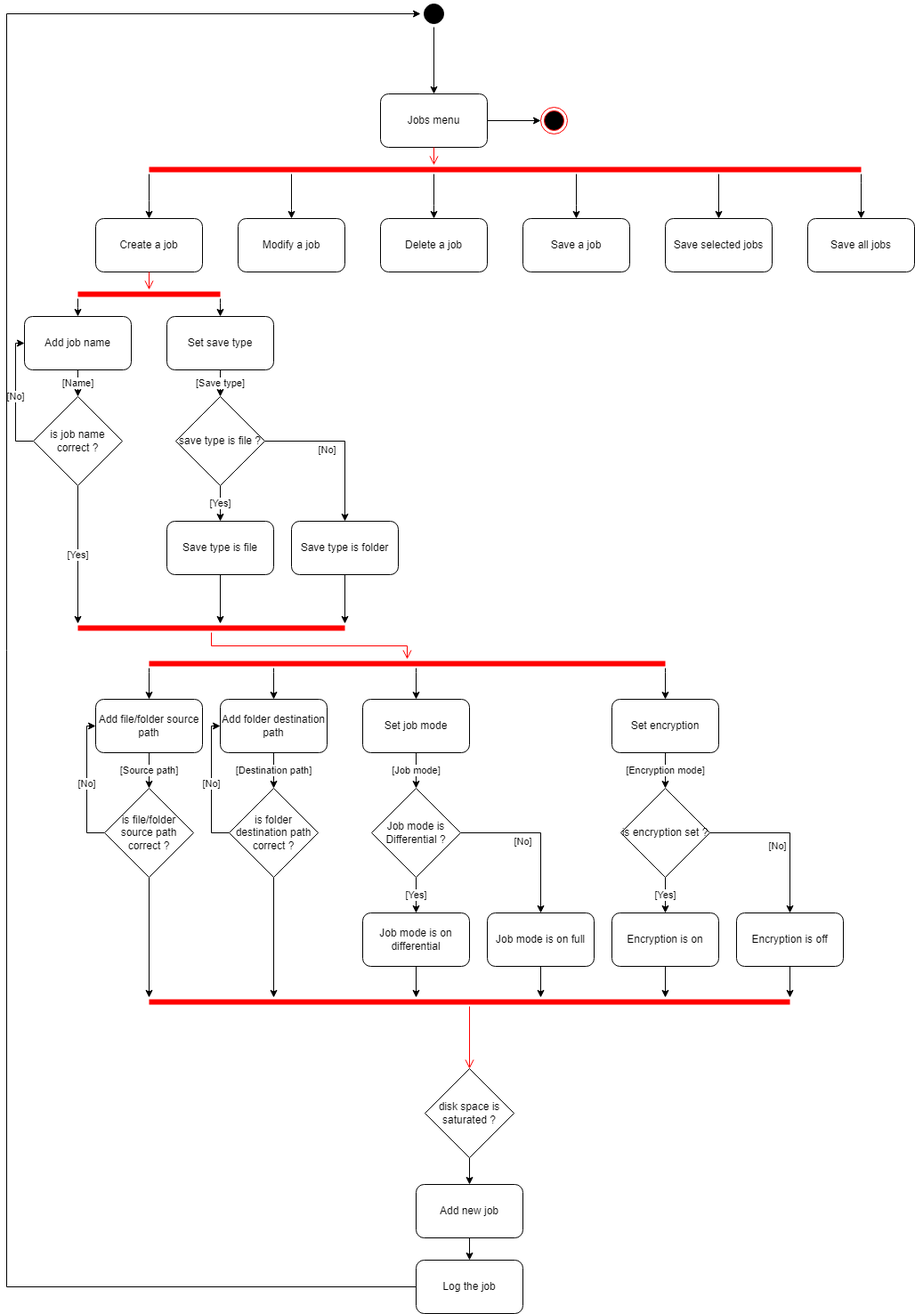
Earlier version of the draw.io export CDC/3.0/activity_diagram_job_create.png (Atineon/easysave_production). Source tidied: cells renumbered, new cells last; positions are measured from the earlier drawing's top-left corner, leaving out a move shared by most shapes.
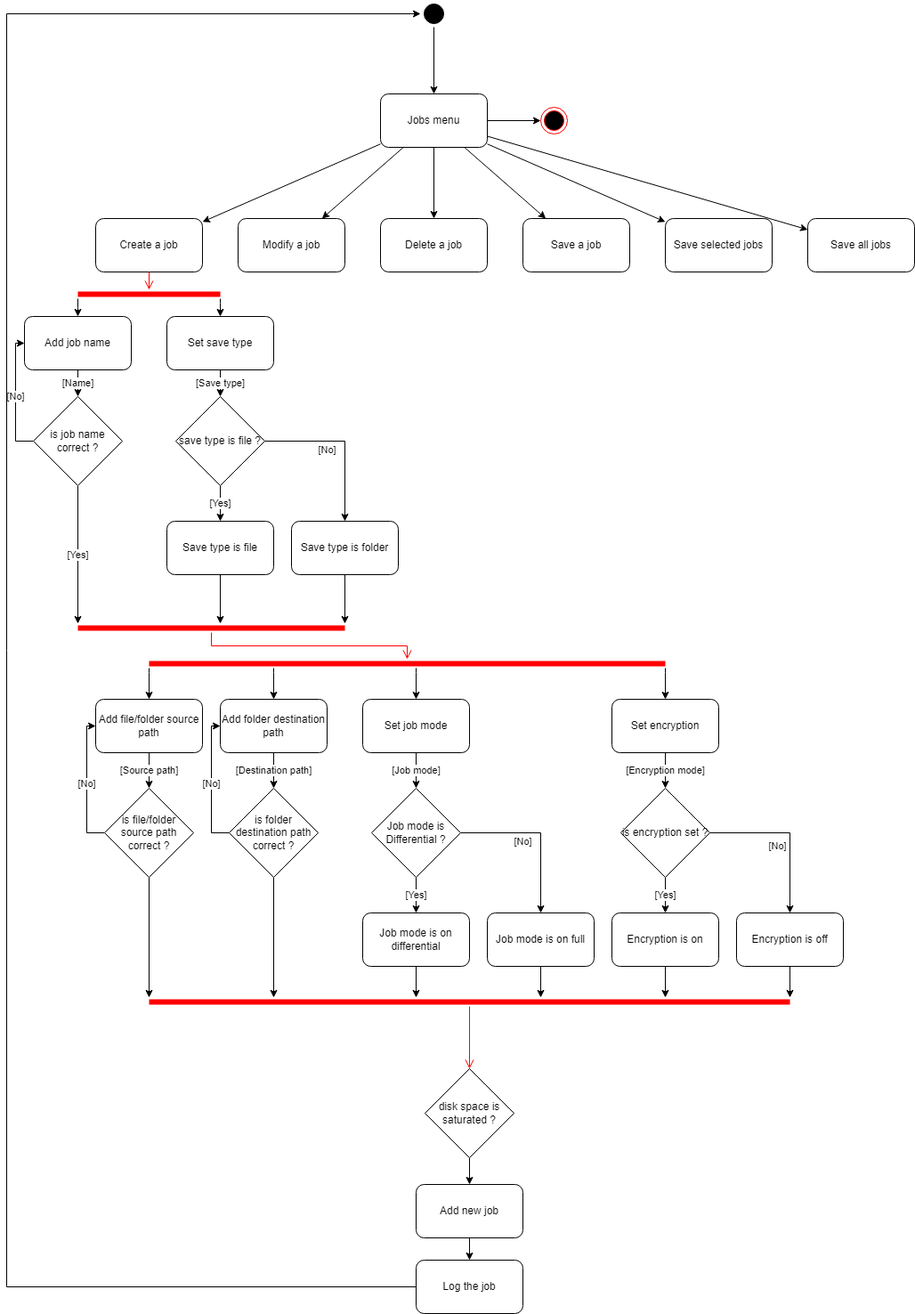
The same diagram one commit later.

Commit message:
fix: join activity diagram

What changed in the source:
```diff
@@ -5,6 +5,24 @@
     <mxCell id="2" style="edgeStyle=orthogonalEdgeStyle;rounded=0;jettySize=auto;html=1;endArrow=classic;endFill=1;elbow=vertical;" parent="1" edge="1" source="3" target="82">
       <mxGeometry relative="1" as="geometry" />
     </mxCell>
+    <mxCell id="83" style="edgeStyle=none;rounded=0;jettySize=auto;html=1;" parent="1" edge="1" source="3" target="4">
+      <mxGeometry relative="1" as="geometry" />
+    </mxCell>
+    <mxCell id="84" style="edgeStyle=none;rounded=0;jettySize=auto;html=1;" parent="1" edge="1" source="3" target="5">
+      <mxGeometry relative="1" as="geometry" />
+    </mxCell>
+    <mxCell id="85" style="edgeStyle=none;rounded=0;jettySize=auto;html=1;" parent="1" edge="1" source="3" target="6">
+      <mxGeometry relative="1" as="geometry" />
+    </mxCell>
+    <mxCell id="86" style="edgeStyle=none;rounded=0;jettySize=auto;html=1;" parent="1" edge="1" source="3" target="7">
+      <mxGeometry relative="1" as="geometry" />
+    </mxCell>
+    <mxCell id="87" style="edgeStyle=none;rounded=0;jettySize=auto;html=1;" parent="1" edge="1" source="3" target="9">
+      <mxGeometry relative="1" as="geometry" />
+    </mxCell>
+    <mxCell id="88" style="edgeStyle=none;rounded=0;jettySize=auto;html=1;" parent="1" edge="1" source="3" target="8">
+      <mxGeometry relative="1" as="geometry" />
+    </mxCell>
     <mxCell id="3" value="Jobs menu" style="rounded=1;whiteSpace=wrap;html=1;" parent="1" vertex="1">
       <mxGeometry x="420" y="105" width="120" height="60" as="geometry" />
     </mxCell>
@@ -322,65 +340,6 @@
     <mxCell id="72" style="edgeStyle=orthogonalEdgeStyle;rounded=0;jettySize=auto;html=1;endArrow=classic;endFill=1;elbow=vertical;" parent="1" edge="1" source="81" target="3">
       <mxGeometry relative="1" as="geometry" />
     </mxCell>
-    <mxCell id="73" style="edgeStyle=orthogonalEdgeStyle;rounded=0;jettySize=auto;html=1;endArrow=classic;endFill=1;elbow=vertical;" parent="1" edge="1" source="79" target="5">
-      <mxGeometry relative="1" as="geometry">
-        <Array as="points">
-          <mxPoint x="320" y="235" />
-          <mxPoint x="320" y="235" />
-        </Array>
-      </mxGeometry>
-    </mxCell>
-    <mxCell id="74" style="edgeStyle=orthogonalEdgeStyle;rounded=0;jettySize=auto;html=1;endArrow=classic;endFill=1;elbow=vertical;" parent="1" edge="1" source="79" target="4">
-      <mxGeometry relative="1" as="geometry">
-        <Array as="points">
-          <mxPoint x="160" y="225" />
-          <mxPoint x="160" y="225" />
-        </Array>
-      </mxGeometry>
-    </mxCell>
-    <mxCell id="75" style="edgeStyle=orthogonalEdgeStyle;rounded=0;jettySize=auto;html=1;endArrow=classic;endFill=1;elbow=vertical;" parent="1" edge="1" source="79" target="6">
-      <mxGeometry relative="1" as="geometry">
-        <Array as="points">
-          <mxPoint x="480" y="230" />
-          <mxPoint x="480" y="230" />
-        </Array>
-      </mxGeometry>
-    </mxCell>
-    <mxCell id="76" style="edgeStyle=orthogonalEdgeStyle;rounded=0;jettySize=auto;html=1;endArrow=classic;endFill=1;elbow=vertical;" parent="1" edge="1" source="79" target="7">
-      <mxGeometry relative="1" as="geometry">
-        <Array as="points">
-          <mxPoint x="640" y="230" />
-          <mxPoint x="640" y="230" />
-        </Array>
-      </mxGeometry>
-    </mxCell>
-    <mxCell id="77" style="edgeStyle=orthogonalEdgeStyle;rounded=0;jettySize=auto;html=1;endArrow=classic;endFill=1;elbow=vertical;" parent="1" edge="1" source="79" target="9">
-      <mxGeometry relative="1" as="geometry">
-        <Array as="points">
-          <mxPoint x="800" y="240" />
-          <mxPoint x="800" y="240" />
-        </Array>
-      </mxGeometry>
-    </mxCell>
-    <mxCell id="78" style="edgeStyle=orthogonalEdgeStyle;rounded=0;jettySize=auto;html=1;endArrow=classic;endFill=1;elbow=vertical;" parent="1" edge="1" source="79" target="8">
-      <mxGeometry relative="1" as="geometry">
-        <Array as="points">
-          <mxPoint x="960" y="205" />
-          <mxPoint x="960" y="205" />
-        </Array>
-      </mxGeometry>
-    </mxCell>
-    <mxCell id="79" style="shape=line;html=1;strokeWidth=6;strokeColor=#ff0000;gradientColor=none;" parent="1" vertex="1">
-      <mxGeometry x="160" y="185" width="800" height="10" as="geometry" />
-    </mxCell>
-    <mxCell id="80" style="edgeStyle=orthogonalEdgeStyle;html=1;verticalAlign=bottom;endArrow=open;endSize=8;strokeColor=#ff0000;rounded=0;elbow=vertical;" parent="1" edge="1" source="3" target="79">
-      <mxGeometry relative="1" as="geometry">
-        <Array as="points">
-          <mxPoint x="480" y="180" />
-          <mxPoint x="480" y="180" />
-        </Array>
-      </mxGeometry>
-    </mxCell>
     <mxCell id="81" style="ellipse;shape=startState;fillColor=#000000;strokeColor=#000000;" parent="1" vertex="1">
       <mxGeometry x="465" width="30" height="30" as="geometry" />
     </mxCell>
```
